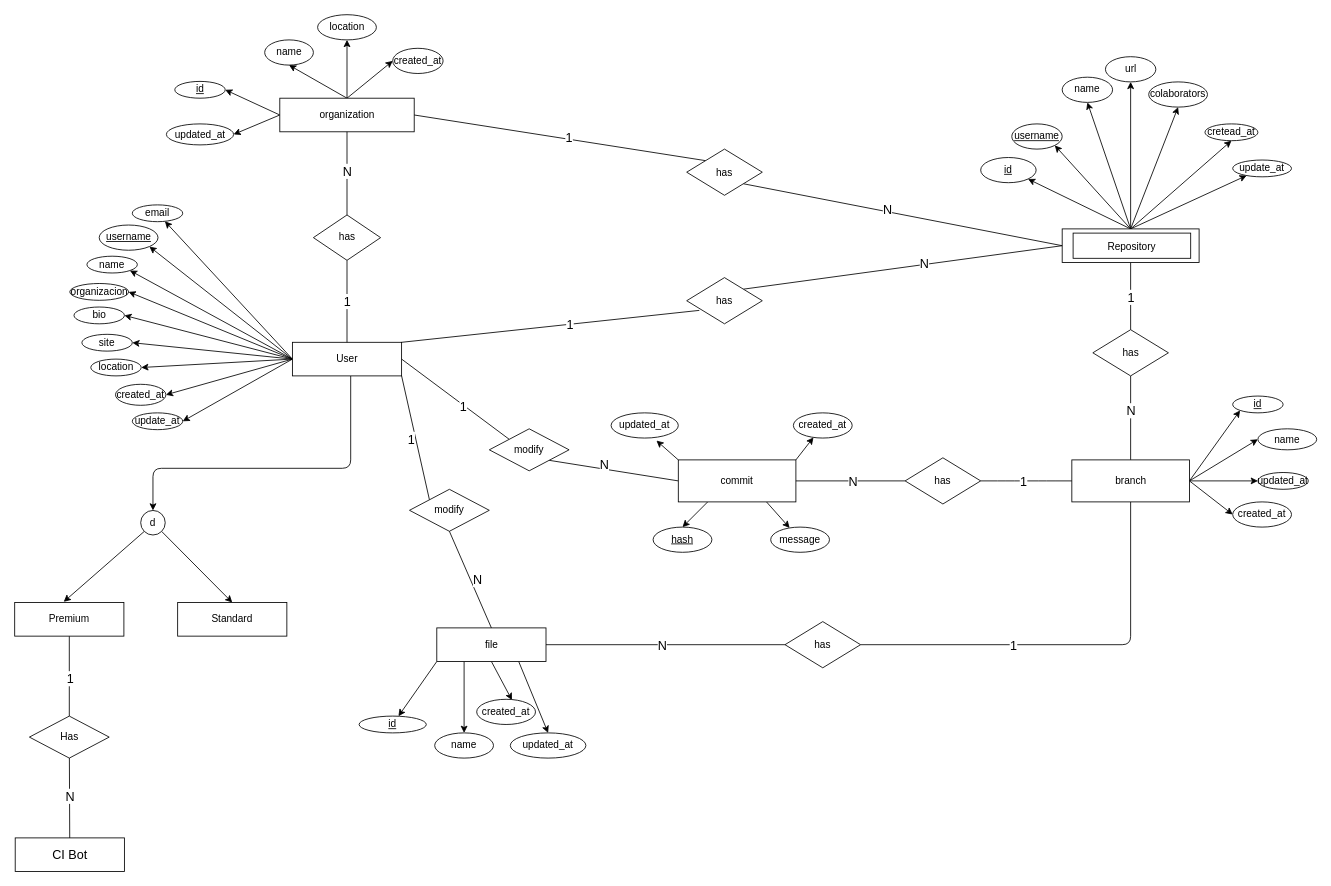
mateusgomes01/gdi-project-2020-1 keeps this draw.io diagram as ER/GitBoomer Entity-Relationship diagram1.drawio. Above is the earlier version. Source tidied: cells renumbered, new cells numbered last; positions are measured from the earlier drawing's top-left corner, leaving out a move shared by most shapes. Both pictures are drawn from the tidied source at 84%, with x=0, y=0 at pixel (14, 14).
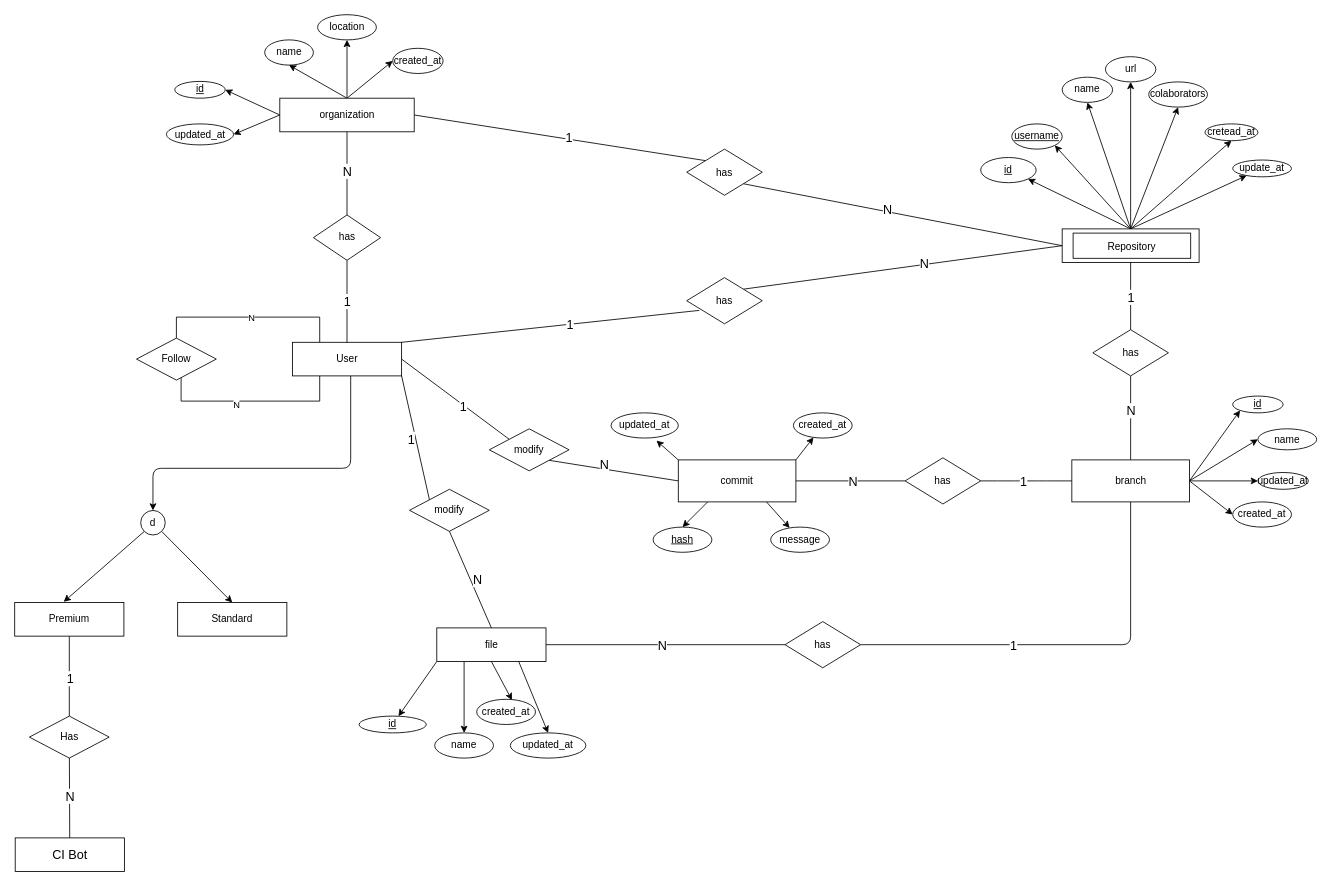
After the change.

Commit message:
auto relationship

The change refers to these unchanged cells:
```xml
<mxCell id="12" value="User" style="whiteSpace=wrap;html=1;align=center;" parent="1" vertex="1">
  <mxGeometry x="330.6" y="390" width="130" height="40" as="geometry" />
</mxCell>
```

Change to the diagram source:
```diff
@@
-    <mxCell id="2" style="edgeStyle=none;rounded=0;jettySize=auto;html=1;exitX=0;exitY=0.5;exitDx=0;exitDy=0;entryX=1;entryY=1;entryDx=0;entryDy=0;" parent="1" edge="1" source="12" target="15">
-      <mxGeometry relative="1" as="geometry" />
-    </mxCell>
-    <mxCell id="3" style="edgeStyle=none;rounded=0;jettySize=auto;html=1;exitX=0;exitY=0.5;exitDx=0;exitDy=0;entryX=1;entryY=0.5;entryDx=0;entryDy=0;" parent="1" edge="1" source="12" target="19">
-      <mxGeometry relative="1" as="geometry" />
-    </mxCell>
-    <mxCell id="4" style="edgeStyle=none;rounded=0;jettySize=auto;html=1;exitX=0;exitY=0.5;exitDx=0;exitDy=0;entryX=1;entryY=0.5;entryDx=0;entryDy=0;" parent="1" edge="1" source="12" target="17">
-      <mxGeometry relative="1" as="geometry" />
-    </mxCell>
-    <mxCell id="5" style="edgeStyle=none;rounded=0;jettySize=auto;html=1;exitX=0;exitY=0.5;exitDx=0;exitDy=0;entryX=1;entryY=0.5;entryDx=0;entryDy=0;" parent="1" edge="1" source="12" target="14">
-      <mxGeometry relative="1" as="geometry" />
-    </mxCell>
-    <mxCell id="6" style="edgeStyle=none;rounded=0;jettySize=auto;html=1;exitX=0;exitY=0.5;exitDx=0;exitDy=0;entryX=1;entryY=0.5;entryDx=0;entryDy=0;" parent="1" edge="1" source="12" target="20">
-      <mxGeometry relative="1" as="geometry" />
-    </mxCell>
-    <mxCell id="7" style="edgeStyle=none;rounded=0;jettySize=auto;html=1;exitX=0;exitY=0.5;exitDx=0;exitDy=0;" parent="1" edge="1" source="12" target="16">
-      <mxGeometry relative="1" as="geometry" />
-    </mxCell>
-    <mxCell id="8" style="edgeStyle=none;rounded=0;jettySize=auto;html=1;exitX=0;exitY=0.5;exitDx=0;exitDy=0;entryX=1;entryY=0.5;entryDx=0;entryDy=0;" parent="1" edge="1" source="12" target="18">
-      <mxGeometry relative="1" as="geometry" />
-    </mxCell>
-    <mxCell id="9" style="edgeStyle=none;rounded=0;jettySize=auto;html=1;exitX=0;exitY=0.5;exitDx=0;exitDy=0;entryX=1;entryY=0.5;entryDx=0;entryDy=0;" parent="1" edge="1" source="12" target="21">
-      <mxGeometry relative="1" as="geometry" />
-    </mxCell>
-    <mxCell id="10" style="rounded=0;jettySize=auto;html=1;exitX=0;exitY=0.5;exitDx=0;exitDy=0;entryX=1;entryY=1;entryDx=0;entryDy=0;" parent="1" edge="1" source="12" target="13">
-      <mxGeometry relative="1" as="geometry" />
-    </mxCell>
@@
+    <mxCell id="129" style="edgeStyle=orthogonalEdgeStyle;rounded=0;jettySize=auto;html=1;entryX=0.5;entryY=0;entryDx=0;entryDy=0;endArrow=none;endFill=0;exitX=0.25;exitY=0;exitDx=0;exitDy=0;" parent="1" edge="1" source="12" target="133">
+      <mxGeometry relative="1" as="geometry">
+        <Array as="points">
+          <mxPoint x="363" y="360" />
+          <mxPoint x="193" y="360" />
+        </Array>
+      </mxGeometry>
+    </mxCell>
+    <mxCell id="130" value="N" style="edgeLabel;html=1;align=center;verticalAlign=middle;" parent="129" vertex="1">
+      <mxGeometry x="-0.27" relative="1" as="geometry">
+        <mxPoint x="-30" as="offset" />
+      </mxGeometry>
+    </mxCell>
@@
-    <mxCell id="13" value="username" style="ellipse;whiteSpace=wrap;html=1;align=center;fontStyle=4;" parent="1" vertex="1">
-      <mxGeometry x="100.6" y="250.4" width="70" height="30" as="geometry" />
-    </mxCell>
-    <mxCell id="14" value="site" style="ellipse;whiteSpace=wrap;html=1;align=center;" parent="1" vertex="1">
-      <mxGeometry x="80" y="380.5" width="60" height="20" as="geometry" />
-    </mxCell>
-    <mxCell id="15" value="name" style="ellipse;whiteSpace=wrap;html=1;align=center;" parent="1" vertex="1">
-      <mxGeometry x="86" y="287.5" width="60" height="20" as="geometry" />
-    </mxCell>
-    <mxCell id="16" value="email" style="ellipse;whiteSpace=wrap;html=1;align=center;" parent="1" vertex="1">
-      <mxGeometry x="140" y="226.4" width="60" height="20" as="geometry" />
-    </mxCell>
-    <mxCell id="17" value="bio" style="ellipse;whiteSpace=wrap;html=1;align=center;" parent="1" vertex="1">
-      <mxGeometry x="70.6" y="348" width="60" height="20" as="geometry" />
-    </mxCell>
-    <mxCell id="18" value="created_at" style="ellipse;whiteSpace=wrap;html=1;align=center;" parent="1" vertex="1">
-      <mxGeometry x="120" y="440" width="60" height="25" as="geometry" />
-    </mxCell>
-    <mxCell id="19" value="organizacion" style="ellipse;whiteSpace=wrap;html=1;align=center;" parent="1" vertex="1">
-      <mxGeometry x="65.6" y="320" width="70" height="20" as="geometry" />
-    </mxCell>
-    <mxCell id="20" value="location" style="ellipse;whiteSpace=wrap;html=1;align=center;" parent="1" vertex="1">
-      <mxGeometry x="90.6" y="410" width="60" height="20" as="geometry" />
-    </mxCell>
-    <mxCell id="21" value="update_at" style="ellipse;whiteSpace=wrap;html=1;align=center;" parent="1" vertex="1">
-      <mxGeometry x="140" y="474" width="60" height="20" as="geometry" />
-    </mxCell>
@@
+    <mxCell id="131" style="edgeStyle=orthogonalEdgeStyle;rounded=0;jettySize=auto;html=1;endArrow=none;endFill=0;exitX=0.5;exitY=1;exitDx=0;exitDy=0;entryX=0.25;entryY=1;entryDx=0;entryDy=0;" parent="1" edge="1" target="12">
+      <mxGeometry relative="1" as="geometry">
+        <mxPoint x="198.1" y="425" as="sourcePoint" />
+        <Array as="points">
+          <mxPoint x="198" y="460" />
+          <mxPoint x="363" y="460" />
+        </Array>
+      </mxGeometry>
+    </mxCell>
+    <mxCell id="132" value="N" style="edgeLabel;html=1;align=center;verticalAlign=middle;" parent="131" vertex="1">
+      <mxGeometry x="-0.35" y="-2" relative="1" as="geometry">
+        <mxPoint x="25" y="2" as="offset" />
+      </mxGeometry>
+    </mxCell>
+    <mxCell id="133" value="Follow" style="shape=rhombus;perimeter=rhombusPerimeter;whiteSpace=wrap;html=1;align=center;" parent="1" vertex="1">
+      <mxGeometry x="145" y="385" width="95" height="50" as="geometry" />
+    </mxCell>
```
